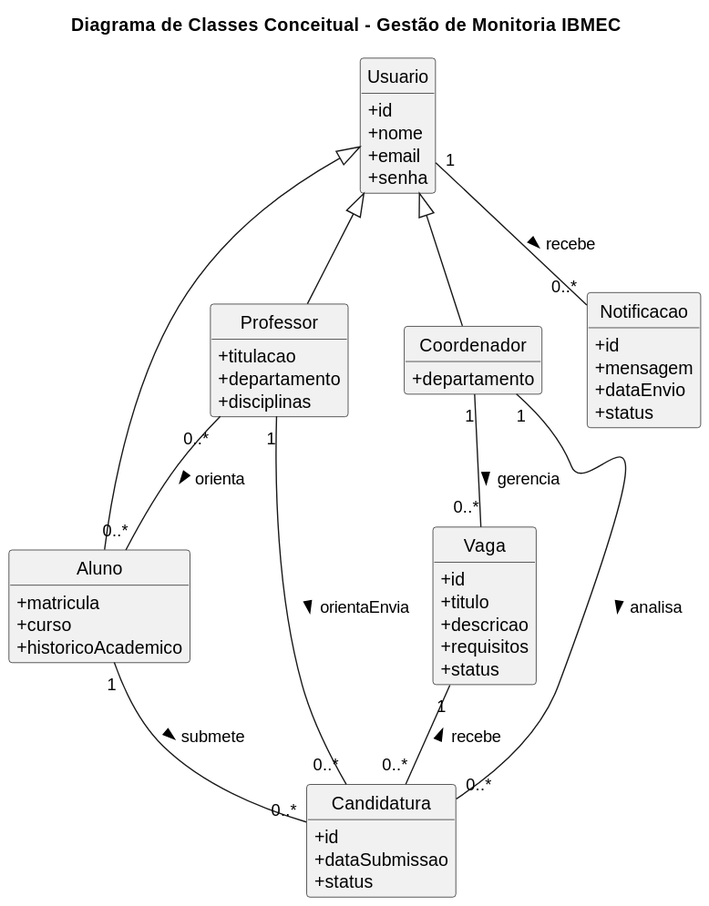
Before: site/Elaboracao/plantuml-project/diagrams/diagrama_classes_conceitual.svg, a diagram exported from PlantUML (Projetos-de-Extensao/PBE_25.2_8001_III). The source it was exported from:
```plantuml
@startuml
skinparam classAttributeIconSize 0
skinparam style strictuml
hide empty members

title Diagrama de Classes Conceitual - Gestão de Monitoria IBMEC


class Usuario {
  +id
  +nome
  +email
  +senha
}

class Aluno extends Usuario {
  +matricula
  +curso
  +historicoAcademico
}

class Coordenador extends Usuario {
  +departamento
}

class Professor extends Usuario {
  +titulacao
  +departamento
  +disciplinas
}

class Vaga {
  +id
  +titulo
  +descricao
  +requisitos
  +status
}

class Candidatura {
  +id
  +dataSubmissao
  +status
}

class Notificacao {
  +id
  +mensagem
  +dataEnvio
  +status
}


Coordenador "1" -- "0..*" Vaga : gerencia >
Vaga "1" -- "0..*" Candidatura : recebe <
Aluno "1" -- "0..*" Candidatura : submete >
Coordenador "1" -- "0..*" Candidatura : analisa >
Usuario "1" -- "0..*" Notificacao : recebe >
Professor "0..*" -- "0..*" Aluno : orienta >
Professor "1" -- "0..*" Candidatura : orientaEnvia >
@enduml
```
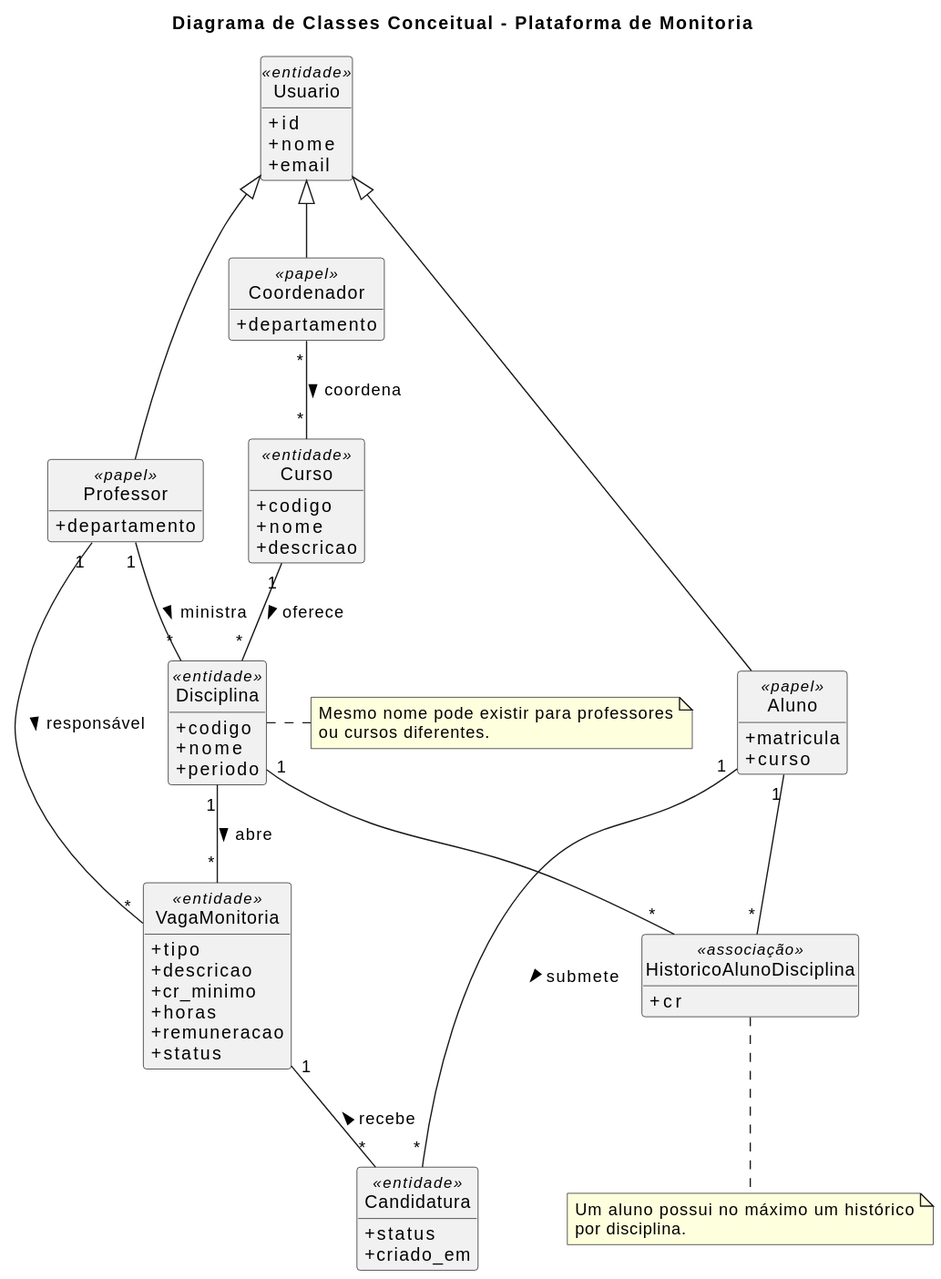
The same file after the commit.

What changed in the source:
```diff
@@ -3,59 +3,82 @@
 skinparam style strictuml
 hide empty members
 
-title Diagrama de Classes Conceitual - Gestão de Monitoria IBMEC
+title Diagrama de Classes Conceitual - Plataforma de Monitoria
 
 
-class Usuario {
+class Usuario <<entidade>> {
   +id
   +nome
   +email
-  +senha
 }
 
-class Aluno extends Usuario {
+class Aluno <<papel>> {
   +matricula
   +curso
-  +historicoAcademico
 }
 
-class Coordenador extends Usuario {
+class Professor <<papel>> {
   +departamento
 }
 
-class Professor extends Usuario {
-  +titulacao
+class Coordenador <<papel>> {
   +departamento
-  +disciplinas
 }
 
-class Vaga {
-  +id
-  +titulo
+class Curso <<entidade>> {
+  +codigo
+  +nome
   +descricao
-  +requisitos
+}
+
+class Disciplina <<entidade>> {
+  +codigo
+  +nome
+  +periodo
+}
+
+class VagaMonitoria <<entidade>> {
+  +tipo
+  +descricao
+  +cr_minimo
+  +horas
+  +remuneracao
   +status
 }
 
-class Candidatura {
-  +id
-  +dataSubmissao
+class Candidatura <<entidade>> {
   +status
+  +criado_em
 }
 
-class Notificacao {
-  +id
-  +mensagem
-  +dataEnvio
-  +status
+class HistoricoAlunoDisciplina <<associação>> {
+  +cr
 }
 
+Usuario <|-- Aluno
+Usuario <|-- Professor
+Usuario <|-- Coordenador
 
-Coordenador "1" -- "0..*" Vaga : gerencia >
-Vaga "1" -- "0..*" Candidatura : recebe <
-Aluno "1" -- "0..*" Candidatura : submete >
-Coordenador "1" -- "0..*" Candidatura : analisa >
-Usuario "1" -- "0..*" Notificacao : recebe >
-Professor "0..*" -- "0..*" Aluno : orienta >
-Professor "1" -- "0..*" Candidatura : orientaEnvia >
+Curso "1" -- "*" Disciplina : oferece >
+Professor "1" -- "*" Disciplina : ministra >
+Coordenador "*" -- "*" Curso : coordena >
+
+Aluno "1" -- "*" Candidatura : submete >
+VagaMonitoria "1" -- "*" Candidatura : recebe <
+
+Disciplina "1" -- "*" VagaMonitoria : abre >
+Professor "1" -- "*" VagaMonitoria : responsável >
+
+Aluno "1" -- "*" HistoricoAlunoDisciplina
+Disciplina "1" -- "*" HistoricoAlunoDisciplina
+
+note right of Disciplina
+Mesmo nome pode existir para professores
+ou cursos diferentes.
+end note
+
+note bottom of HistoricoAlunoDisciplina
+Um aluno possui no máximo um histórico
+por disciplina.
+end note
 @enduml
```
